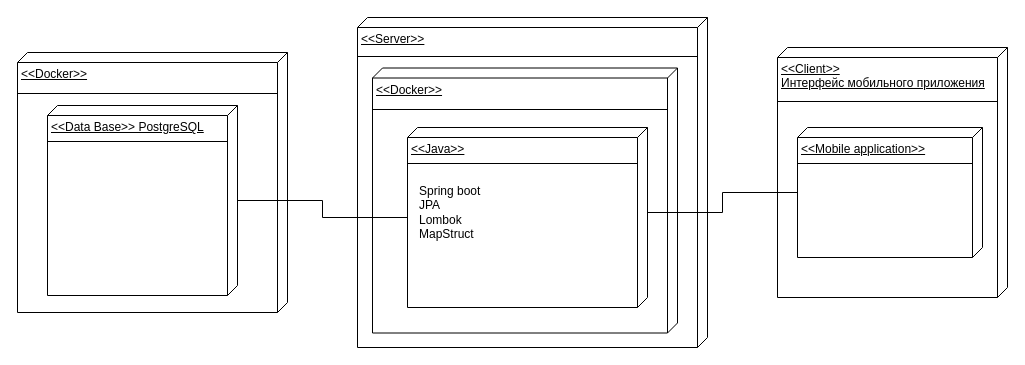
Above: Диаграммы/Диаграмма развертывания/Диаграмма развертывания.drawio in Roman-30/--5.2-1 (draw.io), before the change. Source tidied: cells renumbered, new cells numbered last; positions are measured from the earlier drawing's top-left corner, leaving out a move shared by most shapes. Both pictures are drawn from the tidied source at 100%, with x=0, y=0 at pixel (17, 17).
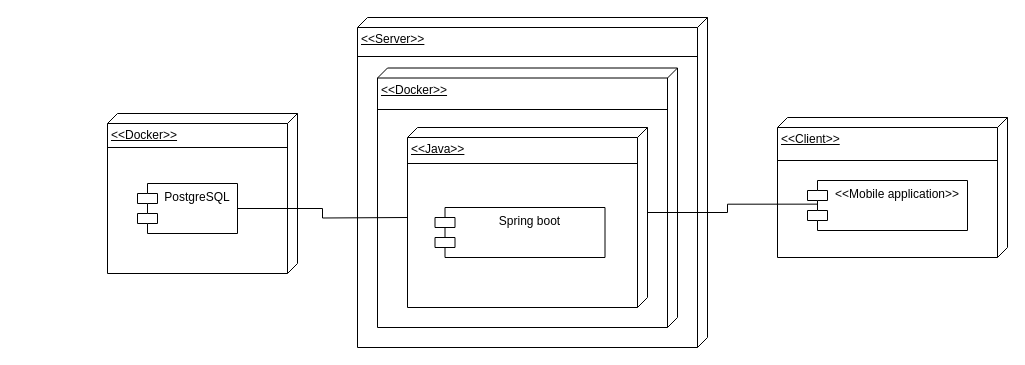
The same page after the edit.

What changed in the source:
```diff
@@
 <mxGraphModel>
   <root>
     <mxCell id="0" />
     <mxCell id="1" parent="0" />
     <mxCell id="2" value="&amp;lt;&amp;lt;Server&amp;gt;&amp;gt;&lt;br&gt;" style="verticalAlign=top;align=left;spacingTop=8;spacingLeft=2;spacingRight=12;shape=cube;size=10;direction=south;fontStyle=4;html=1;whiteSpace=wrap;" parent="1" vertex="1">
       <mxGeometry x="340" width="350" height="330" as="geometry" />
     </mxCell>
-    <mxCell id="3" value="&amp;lt;&amp;lt;Client&amp;gt;&amp;gt;&lt;br&gt;Интерфейс мобильного приложения" style="verticalAlign=top;align=left;spacingTop=8;spacingLeft=2;spacingRight=12;shape=cube;size=10;direction=south;fontStyle=4;html=1;whiteSpace=wrap;" parent="1" vertex="1">
-      <mxGeometry x="760" y="30" width="230" height="250" as="geometry" />
+    <mxCell id="3" value="&amp;lt;&amp;lt;Client&amp;gt;&amp;gt;" style="verticalAlign=top;align=left;spacingTop=8;spacingLeft=2;spacingRight=12;shape=cube;size=10;direction=south;fontStyle=4;html=1;whiteSpace=wrap;" parent="1" vertex="1">
+      <mxGeometry x="760" y="100" width="230" height="140" as="geometry" />
     </mxCell>
     <mxCell id="4" style="line;strokeWidth=1;fillColor=none;align=left;verticalAlign=middle;spacingTop=-1;spacingLeft=3;spacingRight=3;labelPosition=right;strokeColor=inherit;" parent="1" vertex="1">
-      <mxGeometry x="760" y="80" width="220" height="8" as="geometry" />
+      <mxGeometry x="760" y="139" width="220" height="8" as="geometry" />
     </mxCell>
-    <mxCell id="5" value="&amp;lt;&amp;lt;Mobile application&amp;gt;&amp;gt;" style="verticalAlign=top;align=left;spacingTop=8;spacingLeft=2;spacingRight=12;shape=cube;size=10;direction=south;fontStyle=4;html=1;whiteSpace=wrap;" parent="1" vertex="1">
-      <mxGeometry x="780" y="110" width="185" height="130" as="geometry" />
-    </mxCell>
-    <mxCell id="6" style="line;strokeWidth=1;fillColor=none;align=left;verticalAlign=middle;spacingTop=-1;spacingLeft=3;spacingRight=3;labelPosition=right;strokeColor=inherit;" parent="1" vertex="1">
-      <mxGeometry x="780" y="142" width="175" height="8" as="geometry" />
-    </mxCell>
     <mxCell id="7" value="&amp;lt;&amp;lt;Docker&amp;gt;&amp;gt;" style="verticalAlign=top;align=left;spacingTop=8;spacingLeft=2;spacingRight=12;shape=cube;size=10;direction=south;fontStyle=4;html=1;whiteSpace=wrap;" parent="1" vertex="1">
-      <mxGeometry y="35" width="270" height="260" as="geometry" />
+      <mxGeometry x="90" y="96" width="190" height="160" as="geometry" />
     </mxCell>
-    <mxCell id="8" value="&amp;lt;&amp;lt;Data Base&amp;gt;&amp;gt;&amp;nbsp;PostgreSQL" style="verticalAlign=top;align=left;spacingTop=8;spacingLeft=2;spacingRight=12;shape=cube;size=10;direction=south;fontStyle=4;html=1;whiteSpace=wrap;" parent="1" vertex="1">
-      <mxGeometry x="30" y="88" width="190" height="190" as="geometry" />
-    </mxCell>
     <mxCell id="9" value="&amp;lt;&amp;lt;Docker&amp;gt;&amp;gt;" style="verticalAlign=top;align=left;spacingTop=8;spacingLeft=2;spacingRight=12;shape=cube;size=10;direction=south;fontStyle=4;html=1;whiteSpace=wrap;" parent="1" vertex="1">
-      <mxGeometry x="355" y="50.5" width="305" height="265" as="geometry" />
+      <mxGeometry x="360" y="50.5" width="300" height="259.5" as="geometry" />
     </mxCell>
     <mxCell id="10" value="&amp;lt;&amp;lt;Java&amp;gt;&amp;gt;" style="verticalAlign=top;align=left;spacingTop=8;spacingLeft=2;spacingRight=12;shape=cube;size=10;direction=south;fontStyle=4;html=1;whiteSpace=wrap;" parent="1" vertex="1">
       <mxGeometry x="390" y="110" width="240" height="180" as="geometry" />
     </mxCell>
     <mxCell id="11" style="line;strokeWidth=1;fillColor=none;align=left;verticalAlign=middle;spacingTop=-1;spacingLeft=3;spacingRight=3;labelPosition=right;strokeColor=inherit;" parent="1" vertex="1">
       <mxGeometry x="390" y="142" width="230" height="8" as="geometry" />
     </mxCell>
-    <mxCell id="12" value="&lt;font style=&quot;font-size: 12px;&quot;&gt;Spring boot&lt;br&gt;JPA&lt;br&gt;Lombok&lt;br&gt;MapStruct&lt;br&gt;&lt;/font&gt;" style="text;html=1;strokeColor=none;fillColor=none;align=left;verticalAlign=middle;whiteSpace=wrap;rounded=0;" parent="1" vertex="1">
-      <mxGeometry x="400" y="180" width="70" height="30" as="geometry" />
-    </mxCell>
-    <mxCell id="13" style="line;strokeWidth=1;fillColor=none;align=left;verticalAlign=middle;spacingTop=-1;spacingLeft=3;spacingRight=3;labelPosition=right;strokeColor=inherit;" parent="1" vertex="1">
-      <mxGeometry x="30" y="120" width="180" height="8" as="geometry" />
-    </mxCell>
     <mxCell id="14" style="line;strokeWidth=1;fillColor=none;align=left;verticalAlign=middle;spacingTop=-1;spacingLeft=3;spacingRight=3;labelPosition=right;strokeColor=inherit;" parent="1" vertex="1">
-      <mxGeometry y="72" width="260" height="8" as="geometry" />
+      <mxGeometry x="90" y="126" width="180" height="8" as="geometry" />
     </mxCell>
     <mxCell id="15" style="line;strokeWidth=1;fillColor=none;align=left;verticalAlign=middle;spacingTop=-1;spacingLeft=3;spacingRight=3;labelPosition=right;strokeColor=inherit;" parent="1" vertex="1">
-      <mxGeometry x="355" y="88" width="295" height="8" as="geometry" />
+      <mxGeometry x="360" y="88" width="290" height="8" as="geometry" />
     </mxCell>
     <mxCell id="16" style="line;strokeWidth=1;fillColor=none;align=left;verticalAlign=middle;spacingTop=-1;spacingLeft=3;spacingRight=3;labelPosition=right;strokeColor=inherit;" parent="1" vertex="1">
       <mxGeometry x="340" y="35" width="340" height="8" as="geometry" />
     </mxCell>
-    <mxCell id="17" style="edgeStyle=orthogonalEdgeStyle;rounded=0;jettySize=auto;html=1;endArrow=none;endFill=0;" parent="1" edge="1" source="8" target="10">
-      <mxGeometry relative="1" as="geometry" />
+    <mxCell id="17" style="edgeStyle=orthogonalEdgeStyle;rounded=0;jettySize=auto;html=1;endArrow=none;endFill=0;exitX=1;exitY=0.5;exitDx=0;exitDy=0;" parent="1" edge="1" source="20">
+      <mxGeometry relative="1" as="geometry">
+        <mxPoint x="390" y="200" as="targetPoint" />
+      </mxGeometry>
     </mxCell>
-    <mxCell id="18" style="edgeStyle=orthogonalEdgeStyle;rounded=0;jettySize=auto;html=1;exitX=0;exitY=0;exitDx=85;exitDy=0;exitPerimeter=0;endArrow=none;endFill=0;" parent="1" edge="1" source="10" target="5">
+    <mxCell id="18" style="edgeStyle=orthogonalEdgeStyle;rounded=0;jettySize=auto;html=1;exitX=0;exitY=0;exitDx=85;exitDy=0;exitPerimeter=0;endArrow=none;endFill=0;entryX=0.06;entryY=0.473;entryDx=0;entryDy=0;entryPerimeter=0;" parent="1" edge="1" source="10" target="21">
       <mxGeometry relative="1" as="geometry" />
     </mxCell>
+    <mxCell id="19" value="Spring boot" style="shape=module;align=left;spacingLeft=20;align=center;verticalAlign=top;" parent="1" vertex="1">
+      <mxGeometry x="417.5" y="190" width="170" height="50" as="geometry" />
+    </mxCell>
+    <mxCell id="20" value="PostgreSQL" style="shape=module;align=left;spacingLeft=20;align=center;verticalAlign=top;" parent="1" vertex="1">
+      <mxGeometry x="120" y="166" width="100" height="50" as="geometry" />
+    </mxCell>
+    <mxCell id="21" value="&lt;&lt;Mobile application&gt;&gt;" style="shape=module;align=left;spacingLeft=20;align=center;verticalAlign=top;" parent="1" vertex="1">
+      <mxGeometry x="790" y="163" width="160" height="50" as="geometry" />
+    </mxCell>
   </root>
 </mxGraphModel>
```
